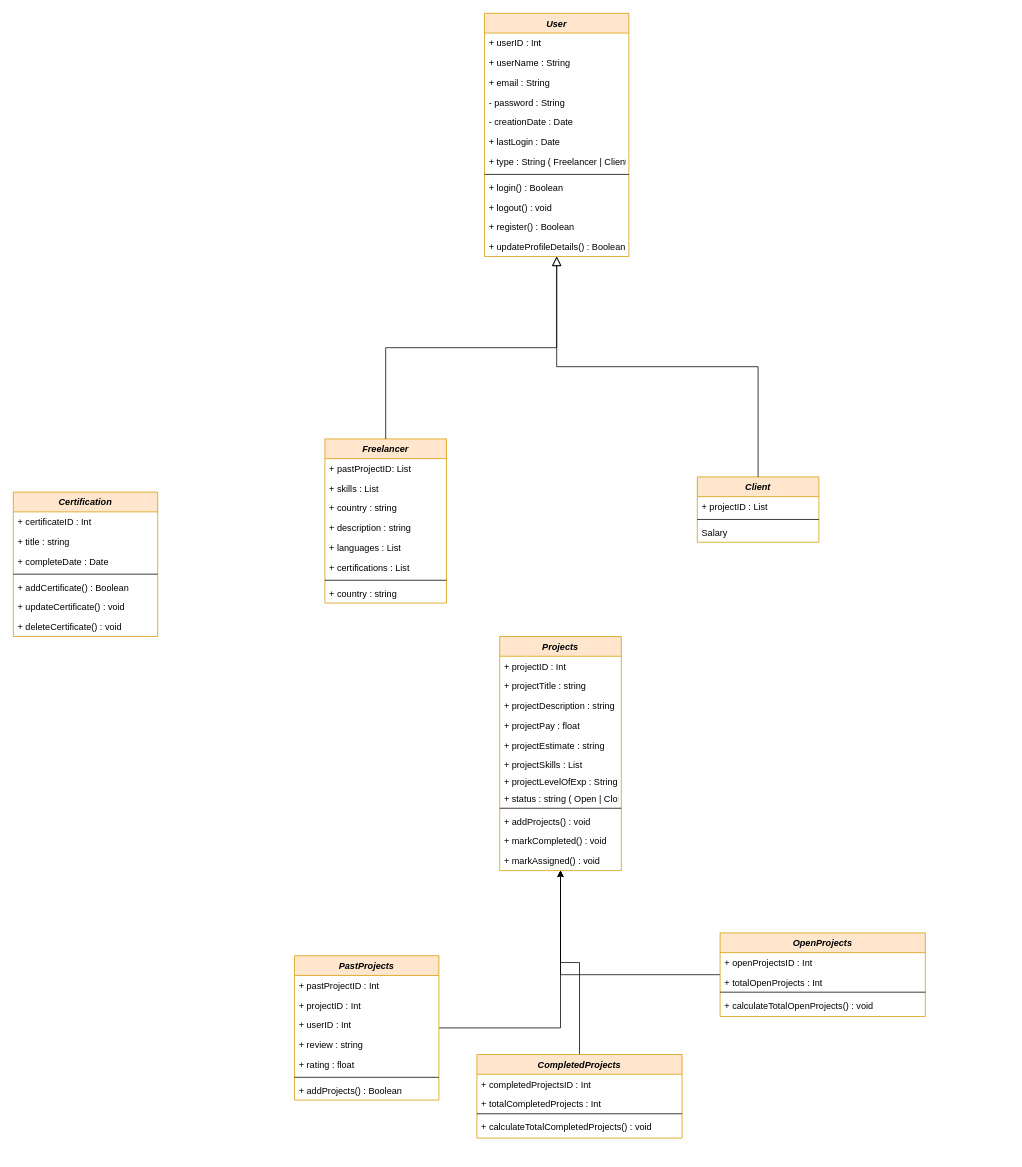
Earlier version of the draw.io diagram Task 1 Assignment Class Diagram.drawio (Abood2284/College_UML_diagram). Source tidied: cells renumbered, new cells numbered last; positions are measured from the earlier drawing's top-left corner, leaving out a move shared by most shapes. Both pictures are drawn from the tidied source at 76%, with x=0, y=0 at pixel (13, 13).
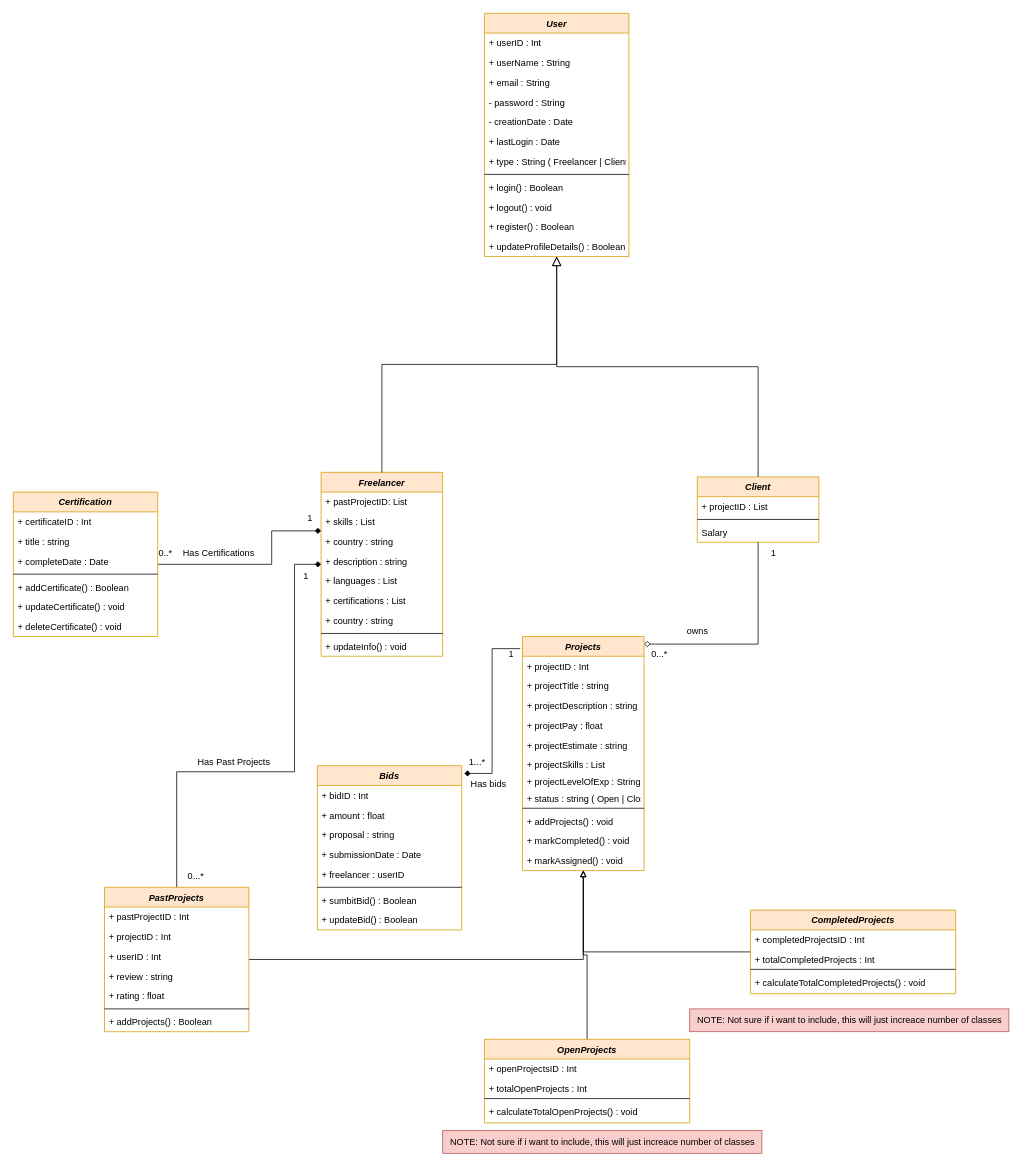
Above is the later version.

Unchanged cells that the change refers to:
```xml
<mxCell id="25" value="Client" style="swimlane;fontStyle=3;align=center;verticalAlign=top;horizontal=1;startSize=26;rounded=0;shadow=0;strokeWidth=1;fillColor=#ffe6cc;strokeColor=#d79b00;" parent="1" vertex="1">
  <mxGeometry x="900" y="610" width="160" height="86" as="geometry" />
</mxCell>
<mxCell id="30" value="Certification" style="swimlane;fontStyle=3;align=center;verticalAlign=top;horizontal=1;startSize=26;rounded=0;shadow=0;strokeWidth=1;fillColor=#ffe6cc;strokeColor=#d79b00;" parent="1" vertex="1">
  <mxGeometry y="630" width="190" height="190" as="geometry" />
</mxCell>
```

Diff of the diagram source:
```diff
@@
     <mxCell id="15" value="Freelancer" style="swimlane;fontStyle=3;align=center;verticalAlign=top;horizontal=1;startSize=26;rounded=0;shadow=0;strokeWidth=1;fillColor=#ffe6cc;strokeColor=#d79b00;" parent="1" vertex="1">
-      <mxGeometry x="410" y="560" width="160" height="216" as="geometry" />
+      <mxGeometry x="405" y="604" width="160" height="242" as="geometry" />
     </mxCell>
@@
+    <mxCell id="23" value="+ country : string" style="text;align=left;verticalAlign=top;spacingLeft=4;spacingRight=4;overflow=hidden;" parent="15" vertex="1">
+      <mxGeometry y="182" width="160" height="26" as="geometry" />
+    </mxCell>
     <mxCell id="22" style="line;html=1;strokeWidth=1;align=left;verticalAlign=middle;spacingTop=-1;spacingLeft=3;spacingRight=3;labelPosition=right;" parent="15" vertex="1">
-      <mxGeometry y="182" width="160" height="8" as="geometry" />
+      <mxGeometry y="208" width="160" height="8" as="geometry" />
     </mxCell>
-    <mxCell id="23" value="+ country : string" style="text;align=left;verticalAlign=top;spacingLeft=4;spacingRight=4;overflow=hidden;" parent="15" vertex="1">
-      <mxGeometry y="190" width="160" height="26" as="geometry" />
-    </mxCell>
+    <mxCell id="72" value="+ updateInfo() : void" style="text;align=left;verticalAlign=top;spacingLeft=4;spacingRight=4;overflow=hidden;" parent="15" vertex="1">
+      <mxGeometry y="216" width="160" height="26" as="geometry" />
+    </mxCell>
@@
+    <mxCell id="73" style="edgeStyle=orthogonalEdgeStyle;rounded=0;jettySize=auto;html=1;endArrow=diamond;endFill=1;" parent="1" edge="1" source="30" target="15">
+      <mxGeometry relative="1" as="geometry">
+        <Array as="points">
+          <mxPoint x="340" y="725" />
+          <mxPoint x="340" y="681" />
+        </Array>
+      </mxGeometry>
+    </mxCell>
@@
-    <mxCell id="38" style="edgeStyle=orthogonalEdgeStyle;rounded=0;jettySize=auto;html=1;" parent="1" edge="1" source="39" target="53">
+    <mxCell id="38" style="edgeStyle=orthogonalEdgeStyle;rounded=0;jettySize=auto;html=1;endArrow=block;endFill=0;" parent="1" edge="1" source="39" target="53">
       <mxGeometry relative="1" as="geometry" />
     </mxCell>
+    <mxCell id="74" style="edgeStyle=orthogonalEdgeStyle;rounded=0;jettySize=auto;html=1;exitX=0.5;exitY=0;exitDx=0;exitDy=0;endArrow=diamond;endFill=1;" parent="1" edge="1" source="39" target="15">
+      <mxGeometry relative="1" as="geometry">
+        <Array as="points">
+          <mxPoint x="215" y="998" />
+          <mxPoint x="370" y="998" />
+          <mxPoint x="370" y="725" />
+        </Array>
+      </mxGeometry>
+    </mxCell>
     <mxCell id="39" value="PastProjects" style="swimlane;fontStyle=3;align=center;verticalAlign=top;horizontal=1;startSize=26;rounded=0;shadow=0;strokeWidth=1;fillColor=#ffe6cc;strokeColor=#d79b00;" parent="1" vertex="1">
-      <mxGeometry x="370" y="1240" width="190" height="190" as="geometry" />
+      <mxGeometry x="120" y="1150" width="190" height="190" as="geometry" />
     </mxCell>
@@
-    <mxCell id="47" style="edgeStyle=orthogonalEdgeStyle;rounded=0;jettySize=auto;html=1;" parent="1" edge="1" source="48" target="53">
+    <mxCell id="47" style="edgeStyle=orthogonalEdgeStyle;rounded=0;jettySize=auto;html=1;endArrow=block;endFill=0;" parent="1" edge="1" source="48" target="53">
       <mxGeometry relative="1" as="geometry" />
     </mxCell>
     <mxCell id="48" value="OpenProjects" style="swimlane;fontStyle=3;align=center;verticalAlign=top;horizontal=1;startSize=26;rounded=0;shadow=0;strokeWidth=1;fillColor=#ffe6cc;strokeColor=#d79b00;" parent="1" vertex="1">
-      <mxGeometry x="930" y="1210" width="270" height="110" as="geometry" />
+      <mxGeometry x="620" y="1350" width="270" height="110" as="geometry" />
     </mxCell>
@@
+    <mxCell id="75" style="edgeStyle=orthogonalEdgeStyle;rounded=0;jettySize=auto;html=1;endArrow=none;endFill=0;startArrow=diamond;startFill=0;" parent="1" edge="1" source="53" target="25">
+      <mxGeometry relative="1" as="geometry">
+        <Array as="points">
+          <mxPoint x="980" y="830" />
+        </Array>
+      </mxGeometry>
+    </mxCell>
     <mxCell id="53" value="Projects" style="swimlane;fontStyle=3;align=center;verticalAlign=top;horizontal=1;startSize=26;rounded=0;shadow=0;strokeWidth=1;fillColor=#ffe6cc;strokeColor=#d79b00;" parent="1" vertex="1">
-      <mxGeometry x="640" y="820" width="160" height="308" as="geometry" />
+      <mxGeometry x="670" y="820" width="160" height="308" as="geometry" />
     </mxCell>
@@
-    <mxCell id="66" style="edgeStyle=orthogonalEdgeStyle;rounded=0;jettySize=auto;html=1;" parent="1" edge="1" source="67" target="53">
+    <mxCell id="66" style="edgeStyle=orthogonalEdgeStyle;rounded=0;jettySize=auto;html=1;endArrow=block;endFill=0;" parent="1" edge="1" source="67" target="53">
       <mxGeometry relative="1" as="geometry" />
     </mxCell>
     <mxCell id="67" value="CompletedProjects" style="swimlane;fontStyle=3;align=center;verticalAlign=top;horizontal=1;startSize=26;rounded=0;shadow=0;strokeWidth=1;fillColor=#ffe6cc;strokeColor=#d79b00;" parent="1" vertex="1">
-      <mxGeometry x="610" y="1370" width="270" height="110" as="geometry" />
+      <mxGeometry x="970" y="1180" width="270" height="110" as="geometry" />
     </mxCell>
@@
+    <mxCell id="76" value="0..*" style="text;html=1;align=center;verticalAlign=middle;strokeColor=none;fillColor=none;" parent="1" vertex="1">
+      <mxGeometry x="180" y="696" width="40" height="30" as="geometry" />
+    </mxCell>
+    <mxCell id="77" value="1" style="text;html=1;align=center;verticalAlign=middle;strokeColor=none;fillColor=none;" parent="1" vertex="1">
+      <mxGeometry x="375" y="650" width="30" height="30" as="geometry" />
+    </mxCell>
+    <mxCell id="78" value="Has Certifications" style="text;html=1;align=center;verticalAlign=middle;strokeColor=none;fillColor=none;" parent="1" vertex="1">
+      <mxGeometry x="210" y="696" width="120" height="30" as="geometry" />
+    </mxCell>
+    <mxCell id="79" value="Bids" style="swimlane;fontStyle=3;align=center;verticalAlign=top;horizontal=1;startSize=26;rounded=0;shadow=0;strokeWidth=1;fillColor=#ffe6cc;strokeColor=#d79b00;" parent="1" vertex="1">
+      <mxGeometry x="400" y="990" width="190" height="216" as="geometry" />
+    </mxCell>
+    <mxCell id="80" value="+ bidID : Int" style="text;align=left;verticalAlign=top;spacingLeft=4;spacingRight=4;overflow=hidden;" parent="79" vertex="1">
+      <mxGeometry y="26" width="190" height="26" as="geometry" />
+    </mxCell>
+    <mxCell id="81" value="+ amount : float" style="text;align=left;verticalAlign=top;spacingLeft=4;spacingRight=4;overflow=hidden;rounded=0;shadow=0;html=0;" parent="79" vertex="1">
+      <mxGeometry y="52" width="190" height="26" as="geometry" />
+    </mxCell>
+    <mxCell id="82" value="+ proposal : string" style="text;align=left;verticalAlign=top;spacingLeft=4;spacingRight=4;overflow=hidden;rounded=0;shadow=0;html=0;" parent="79" vertex="1">
+      <mxGeometry y="78" width="190" height="26" as="geometry" />
+    </mxCell>
+    <mxCell id="83" value="+ submissionDate : Date" style="text;align=left;verticalAlign=top;spacingLeft=4;spacingRight=4;overflow=hidden;rounded=0;shadow=0;html=0;" parent="79" vertex="1">
+      <mxGeometry y="104" width="190" height="26" as="geometry" />
+    </mxCell>
+    <mxCell id="84" value="+ freelancer : userID" style="text;align=left;verticalAlign=top;spacingLeft=4;spacingRight=4;overflow=hidden;rounded=0;shadow=0;html=0;" parent="79" vertex="1">
+      <mxGeometry y="130" width="190" height="26" as="geometry" />
+    </mxCell>
+    <mxCell id="85" style="line;html=1;strokeWidth=1;align=left;verticalAlign=middle;spacingTop=-1;spacingLeft=3;spacingRight=3;labelPosition=right;" parent="79" vertex="1">
+      <mxGeometry y="156" width="190" height="8" as="geometry" />
+    </mxCell>
+    <mxCell id="86" value="+ sumbitBid() : Boolean" style="text;align=left;verticalAlign=top;spacingLeft=4;spacingRight=4;overflow=hidden;" parent="79" vertex="1">
+      <mxGeometry y="164" width="190" height="26" as="geometry" />
+    </mxCell>
+    <mxCell id="87" value="+ updateBid() : Boolean" style="text;align=left;verticalAlign=top;spacingLeft=4;spacingRight=4;overflow=hidden;" parent="79" vertex="1">
+      <mxGeometry y="190" width="190" height="26" as="geometry" />
+    </mxCell>
+    <mxCell id="88" style="edgeStyle=orthogonalEdgeStyle;rounded=0;jettySize=auto;html=1;exitX=-0.019;exitY=0.052;exitDx=0;exitDy=0;entryX=1.018;entryY=0.047;entryDx=0;entryDy=0;entryPerimeter=0;exitPerimeter=0;endArrow=diamond;endFill=1;startArrow=none;startFill=0;" parent="1" edge="1" source="53" target="79">
+      <mxGeometry relative="1" as="geometry" />
+    </mxCell>
+    <mxCell id="89" value="1" style="text;html=1;align=center;verticalAlign=middle;strokeColor=none;fillColor=none;" parent="1" vertex="1">
+      <mxGeometry x="640" y="828" width="30" height="30" as="geometry" />
+    </mxCell>
+    <mxCell id="90" value="1...*" style="text;html=1;align=center;verticalAlign=middle;strokeColor=none;fillColor=none;" parent="1" vertex="1">
+      <mxGeometry x="590" y="970" width="40" height="30" as="geometry" />
+    </mxCell>
+    <mxCell id="91" value="Has bids" style="text;html=1;align=center;verticalAlign=middle;strokeColor=none;fillColor=none;" parent="1" vertex="1">
+      <mxGeometry x="590" y="1000" width="70" height="30" as="geometry" />
+    </mxCell>
+    <mxCell id="92" value="NOTE: Not sure if i want to include, this will just increace number of classes" style="text;html=1;align=center;verticalAlign=middle;strokeColor=#b85450;fillColor=#f8cecc;" parent="1" vertex="1">
+      <mxGeometry x="565" y="1470" width="420" height="30" as="geometry" />
+    </mxCell>
+    <mxCell id="93" value="NOTE: Not sure if i want to include, this will just increace number of classes" style="text;html=1;align=center;verticalAlign=middle;strokeColor=#b85450;fillColor=#f8cecc;" parent="1" vertex="1">
+      <mxGeometry x="890" y="1310" width="420" height="30" as="geometry" />
+    </mxCell>
+    <mxCell id="94" value="0...*" style="text;html=1;align=center;verticalAlign=middle;strokeColor=none;fillColor=none;" parent="1" vertex="1">
+      <mxGeometry x="220" y="1120" width="40" height="30" as="geometry" />
+    </mxCell>
+    <mxCell id="95" value="1" style="text;html=1;align=center;verticalAlign=middle;strokeColor=none;fillColor=none;" parent="1" vertex="1">
+      <mxGeometry x="370" y="726" width="30" height="30" as="geometry" />
+    </mxCell>
+    <mxCell id="96" value="Has Past Projects" style="text;html=1;align=center;verticalAlign=middle;strokeColor=none;fillColor=none;" parent="1" vertex="1">
+      <mxGeometry x="230" y="970" width="120" height="30" as="geometry" />
+    </mxCell>
+    <mxCell id="97" value="owns" style="text;html=1;align=center;verticalAlign=middle;strokeColor=none;fillColor=none;" parent="1" vertex="1">
+      <mxGeometry x="875" y="798" width="50" height="30" as="geometry" />
+    </mxCell>
+    <mxCell id="98" value="0...*" style="text;html=1;align=center;verticalAlign=middle;strokeColor=none;fillColor=none;" parent="1" vertex="1">
+      <mxGeometry x="830" y="828" width="40" height="30" as="geometry" />
+    </mxCell>
+    <mxCell id="99" value="1" style="text;html=1;align=center;verticalAlign=middle;strokeColor=none;fillColor=none;" parent="1" vertex="1">
+      <mxGeometry x="985" y="696" width="30" height="30" as="geometry" />
+    </mxCell>
```
